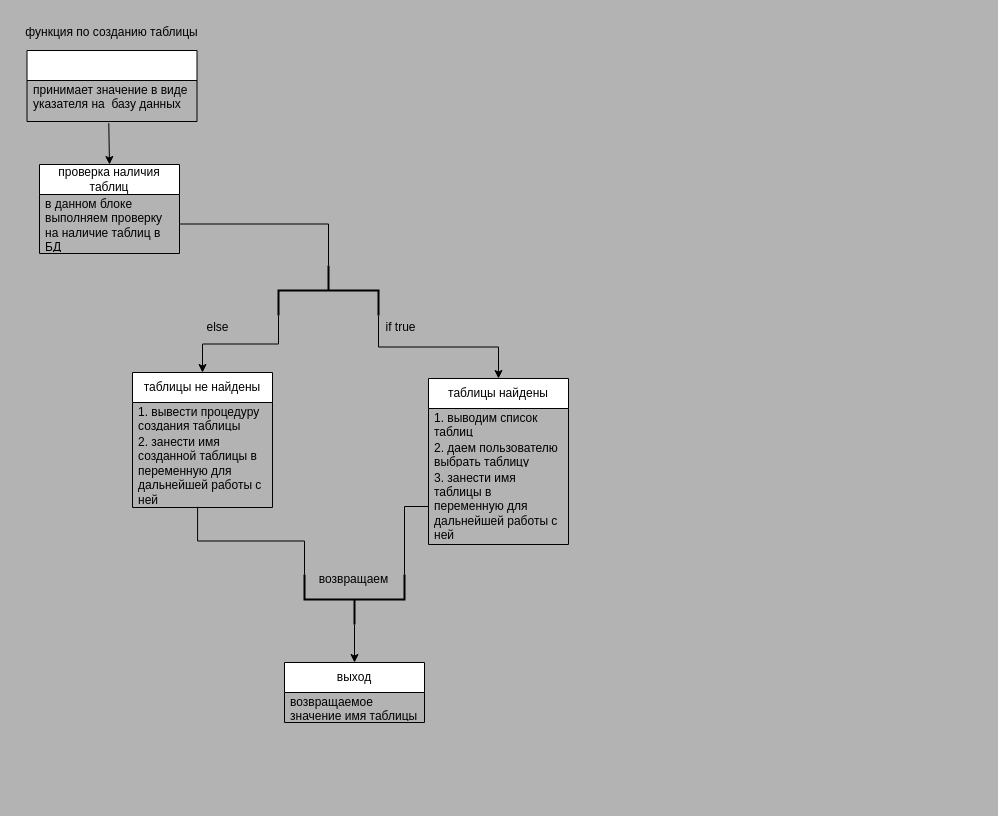
This is vis_fun/fun_map.drawio from akrabatt/book_keeping, a draw.io file, before an edit. Source tidied: cells renumbered, new cells numbered last; positions are measured from the earlier drawing's top-left corner, leaving out a move shared by most shapes. Both pictures are drawn from the tidied source at 100%, with x=0, y=0 at pixel (17, 17).
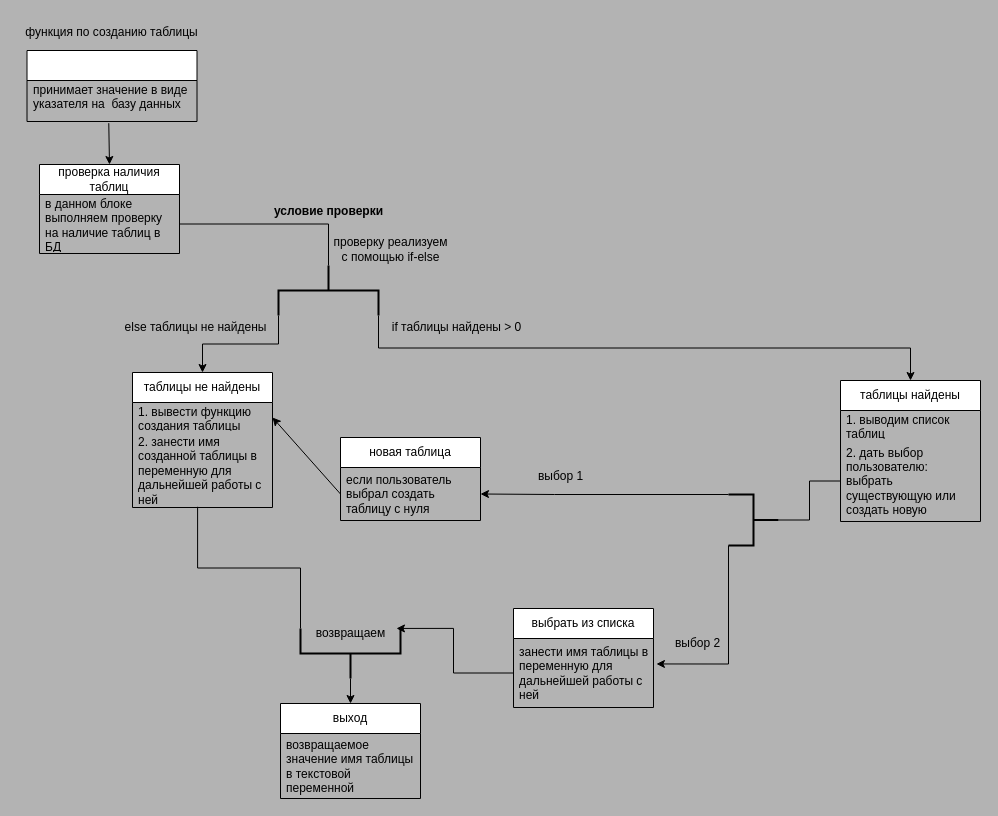
After the change.

The change refers to these unchanged cells:
```xml
<mxCell id="15" value="таблицы не найдены" style="swimlane;fontStyle=0;horizontal=1;startSize=30;whiteSpace=wrap;html=1;strokeColor=#000000;" parent="1" vertex="1">
  <mxGeometry x="115" y="355" width="140" height="135" as="geometry" />
</mxCell>
```

Change to the diagram source:
```diff
@@
     <mxCell id="5" value="выход" style="swimlane;fontStyle=0;horizontal=1;startSize=30;whiteSpace=wrap;html=1;strokeColor=#000000;" parent="1" vertex="1">
-      <mxGeometry x="267" y="645" width="140" height="60" as="geometry" />
+      <mxGeometry x="263" y="686" width="140" height="95" as="geometry" />
     </mxCell>
-    <mxCell id="6" value="возвращаемое значение имя таблицы" style="text;align=left;verticalAlign=middle;spacingLeft=4;spacingRight=4;overflow=hidden;whiteSpace=wrap;html=1;fontColor=#000000;" parent="5" vertex="1">
-      <mxGeometry y="30" width="140" height="30" as="geometry" />
+    <mxCell id="6" value="возвращаемое значение имя таблицы в текстовой переменной" style="text;align=left;verticalAlign=middle;spacingLeft=4;spacingRight=4;overflow=hidden;whiteSpace=wrap;html=1;fontColor=#000000;" parent="5" vertex="1">
+      <mxGeometry y="30" width="140" height="65" as="geometry" />
     </mxCell>
@@
-    <mxCell id="16" value="1. вывести процедуру создания таблицы" style="text;align=left;verticalAlign=middle;spacingLeft=4;spacingRight=4;overflow=hidden;points=[[0,0.5],[1,0.5]];portConstraint=eastwest;whiteSpace=wrap;html=1;fontColor=#000000;" parent="15" vertex="1">
+    <mxCell id="16" value="1. вывести функцию создания таблицы" style="text;align=left;verticalAlign=middle;spacingLeft=4;spacingRight=4;overflow=hidden;points=[[0,0.5],[1,0.5]];portConstraint=eastwest;whiteSpace=wrap;html=1;fontColor=#000000;" parent="15" vertex="1">
       <mxGeometry y="30" width="140" height="30" as="geometry" />
     </mxCell>
@@
-    <mxCell id="18" value="else" style="text;html=1;align=center;verticalAlign=middle;strokeColor=none;fillColor=none;fontColor=#000000;" parent="1" vertex="1">
-      <mxGeometry x="179.5" y="297" width="40" height="26" as="geometry" />
+    <mxCell id="18" value="else таблицы не найдены" style="text;html=1;align=center;verticalAlign=middle;strokeColor=none;fillColor=none;fontColor=#000000;" parent="1" vertex="1">
+      <mxGeometry x="98" y="297" width="160" height="26" as="geometry" />
     </mxCell>
     <mxCell id="19" value="таблицы найдены" style="swimlane;fontStyle=0;horizontal=1;startSize=30;whiteSpace=wrap;html=1;strokeColor=#000000;" parent="1" vertex="1">
-      <mxGeometry x="411" y="361" width="140" height="166" as="geometry" />
+      <mxGeometry x="823" y="363" width="140" height="141" as="geometry" />
     </mxCell>
@@
-    <mxCell id="21" value="2. даем пользователю выбрать таблицу" style="text;align=left;verticalAlign=middle;spacingLeft=4;spacingRight=4;overflow=hidden;whiteSpace=wrap;html=1;fontColor=#000000;" parent="19" vertex="1">
-      <mxGeometry y="60" width="140" height="30" as="geometry" />
-    </mxCell>
-    <mxCell id="22" value="3. занести имя таблицы в переменную для дальнейшей работы с ней" style="text;align=left;verticalAlign=middle;spacingLeft=4;spacingRight=4;overflow=hidden;points=[[0,0.5],[1,0.5]];portConstraint=eastwest;whiteSpace=wrap;html=1;fontColor=#000000;" parent="19" vertex="1">
-      <mxGeometry y="90" width="140" height="76" as="geometry" />
+    <mxCell id="22" value="2. дать выбор пользователю:&amp;nbsp; выбрать существующую или создать новую" style="text;align=left;verticalAlign=middle;spacingLeft=4;spacingRight=4;overflow=hidden;points=[[0,0.5],[1,0.5]];portConstraint=eastwest;whiteSpace=wrap;html=1;fontColor=#000000;" parent="19" vertex="1">
+      <mxGeometry y="60" width="140" height="81" as="geometry" />
     </mxCell>
-    <mxCell id="23" value="if true" style="text;html=1;align=center;verticalAlign=middle;strokeColor=none;fillColor=none;fontColor=#000000;" parent="1" vertex="1">
-      <mxGeometry x="359" y="297" width="48" height="26" as="geometry" />
+    <mxCell id="23" value="if таблицы найдены &amp;gt; 0" style="text;html=1;align=center;verticalAlign=middle;strokeColor=none;fillColor=none;fontColor=#000000;" parent="1" vertex="1">
+      <mxGeometry x="365" y="297" width="148" height="26" as="geometry" />
     </mxCell>
-    <mxCell id="24" style="edgeStyle=orthogonalEdgeStyle;rounded=0;jettySize=auto;html=1;exitX=1;exitY=1;exitDx=0;exitDy=0;exitPerimeter=0;strokeColor=#000000;endArrow=none;endFill=0;" parent="1" edge="1" source="26" target="22">
-      <mxGeometry relative="1" as="geometry" />
-    </mxCell>
@@
     <mxCell id="26" style="strokeWidth=2;html=1;shape=mxgraph.flowchart.annotation_2;align=left;labelPosition=right;direction=north;strokeColor=#000000;" parent="1" vertex="1">
-      <mxGeometry x="287" y="557" width="100" height="50" as="geometry" />
+      <mxGeometry x="283" y="611" width="100" height="50" as="geometry" />
     </mxCell>
@@
     <mxCell id="28" value="возвращаем" style="text;html=1;align=center;verticalAlign=middle;points=[];strokeColor=none;fillColor=none;fontColor=#000000;" parent="1" vertex="1">
-      <mxGeometry x="292" y="549" width="87" height="26" as="geometry" />
+      <mxGeometry x="289" y="603" width="87" height="26" as="geometry" />
     </mxCell>
+    <mxCell id="29" value="новая таблица" style="swimlane;fontStyle=0;horizontal=1;startSize=30;whiteSpace=wrap;html=1;strokeColor=#000000;" parent="1" vertex="1">
+      <mxGeometry x="323" y="420" width="140" height="83" as="geometry" />
+    </mxCell>
+    <mxCell id="30" value="если пользователь выбрал создать таблицу с нуля" style="text;align=left;verticalAlign=middle;spacingLeft=4;spacingRight=4;overflow=hidden;points=[[0,0.5],[1,0.5]];portConstraint=eastwest;whiteSpace=wrap;html=1;fontColor=#000000;" parent="29" vertex="1">
+      <mxGeometry y="30" width="140" height="53" as="geometry" />
+    </mxCell>
+    <mxCell id="31" style="edgeStyle=none;jettySize=auto;html=1;rounded=0;exitX=0;exitY=0.5;exitDx=0;exitDy=0;entryX=1;entryY=0.5;entryDx=0;entryDy=0;strokeColor=#000000;" parent="1" edge="1" source="30" target="16">
+      <mxGeometry relative="1" as="geometry" />
+    </mxCell>
+    <mxCell id="32" value="условие проверки" style="text;align=center;fontStyle=1;verticalAlign=middle;spacingLeft=3;spacingRight=3;strokeColor=none;html=1;fontColor=#000000;" parent="1" vertex="1">
+      <mxGeometry x="271" y="181" width="80" height="26" as="geometry" />
+    </mxCell>
+    <mxCell id="33" value="проверку реализуем&lt;div&gt;с помощью if-else&lt;/div&gt;" style="text;html=1;align=center;verticalAlign=middle;strokeColor=none;fillColor=none;fontColor=#000000;" parent="1" vertex="1">
+      <mxGeometry x="307" y="211" width="132" height="41" as="geometry" />
+    </mxCell>
+    <mxCell id="34" style="edgeStyle=orthogonalEdgeStyle;rounded=0;jettySize=auto;html=1;exitX=0;exitY=0.5;exitDx=0;exitDy=0;exitPerimeter=0;entryX=0;entryY=0.5;entryDx=0;entryDy=0;endArrow=none;endFill=0;strokeColor=#000000;" parent="1" edge="1" source="36" target="22">
+      <mxGeometry relative="1" as="geometry" />
+    </mxCell>
+    <mxCell id="35" style="edgeStyle=orthogonalEdgeStyle;rounded=0;jettySize=auto;html=1;exitX=1;exitY=1;exitDx=0;exitDy=0;exitPerimeter=0;entryX=1;entryY=0.5;entryDx=0;entryDy=0;strokeColor=#000000;" parent="1" edge="1" source="36" target="30">
+      <mxGeometry relative="1" as="geometry">
+        <Array as="points">
+          <mxPoint x="537" y="476" />
+        </Array>
+      </mxGeometry>
+    </mxCell>
+    <mxCell id="36" style="strokeWidth=2;html=1;shape=mxgraph.flowchart.annotation_2;align=left;labelPosition=right;direction=west;strokeColor=#000000;" parent="1" vertex="1">
+      <mxGeometry x="711" y="477" width="50" height="51" as="geometry" />
+    </mxCell>
+    <mxCell id="37" value="выбор 1" style="text;html=1;align=center;verticalAlign=middle;strokeColor=none;fillColor=none;fontColor=#000000;" parent="1" vertex="1">
+      <mxGeometry x="511" y="446" width="63" height="26" as="geometry" />
+    </mxCell>
+    <mxCell id="38" value="выбрать из списка" style="swimlane;fontStyle=0;horizontal=1;startSize=30;whiteSpace=wrap;html=1;strokeColor=#000000;" parent="1" vertex="1">
+      <mxGeometry x="496" y="591" width="140" height="99" as="geometry" />
+    </mxCell>
+    <mxCell id="39" value="занести имя таблицы в переменную для дальнейшей работы с ней" style="text;align=left;verticalAlign=middle;spacingLeft=4;spacingRight=4;overflow=hidden;points=[[0,0.5],[1,0.5]];portConstraint=eastwest;whiteSpace=wrap;html=1;fontColor=#000000;" parent="38" vertex="1">
+      <mxGeometry y="30" width="140" height="69" as="geometry" />
+    </mxCell>
+    <mxCell id="40" style="edgeStyle=orthogonalEdgeStyle;rounded=0;jettySize=auto;html=1;exitX=0;exitY=0.5;exitDx=0;exitDy=0;entryX=1.034;entryY=0.305;entryDx=0;entryDy=0;entryPerimeter=0;strokeColor=#000000;" parent="1" edge="1" source="39" target="28">
+      <mxGeometry relative="1" as="geometry" />
+    </mxCell>
+    <mxCell id="41" style="edgeStyle=orthogonalEdgeStyle;rounded=0;jettySize=auto;html=1;exitX=1;exitY=0;exitDx=0;exitDy=0;exitPerimeter=0;entryX=1.021;entryY=0.369;entryDx=0;entryDy=0;entryPerimeter=0;strokeColor=#000000;" parent="1" edge="1" source="36" target="39">
+      <mxGeometry relative="1" as="geometry" />
+    </mxCell>
+    <mxCell id="42" value="выбор 2" style="text;html=1;align=center;verticalAlign=middle;strokeColor=none;fillColor=none;fontColor=#000000;" parent="1" vertex="1">
+      <mxGeometry x="648" y="613" width="63" height="26" as="geometry" />
+    </mxCell>
```
